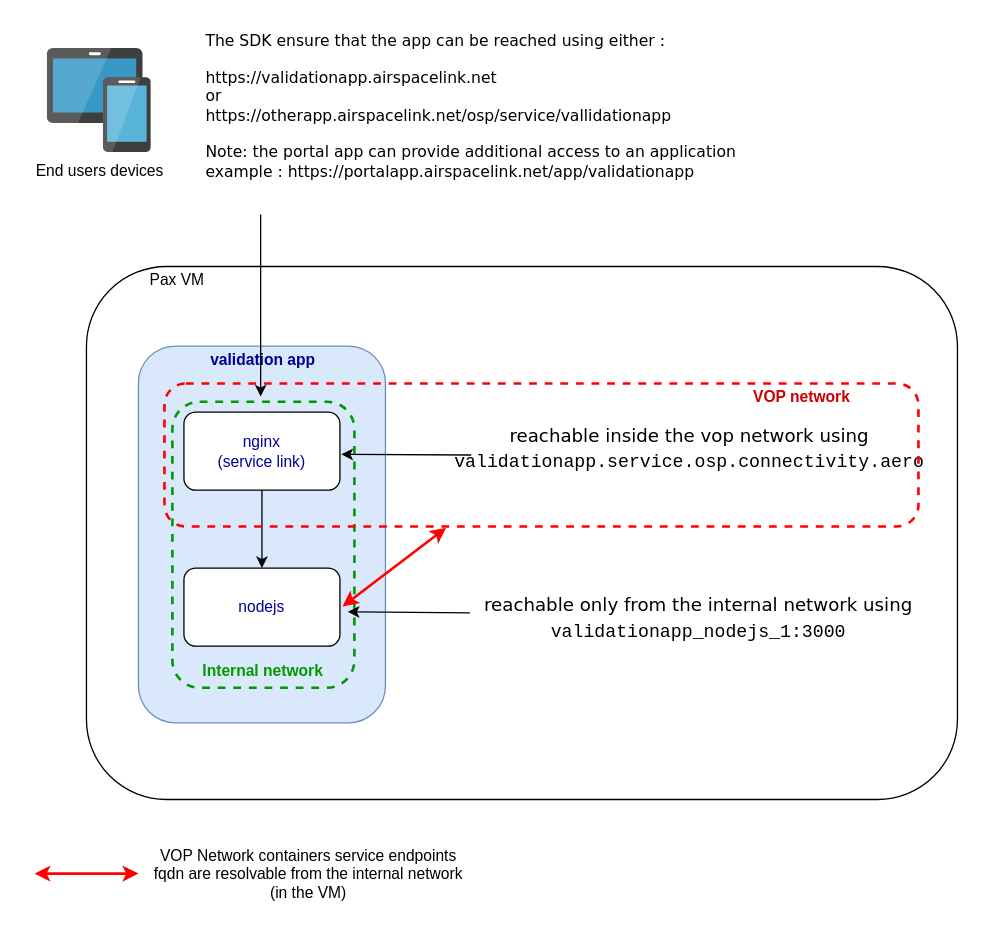
claytonbrown/aws-drawing keeps this draw.io diagram as SDK-Networking.drawio. Above is the earlier version. Source tidied: cells renumbered, new cells numbered last; positions are measured from the earlier drawing's top-left corner, leaving out a move shared by most shapes. Both pictures are drawn from the tidied source at 130%, with x=0, y=0 at pixel (34, 22).
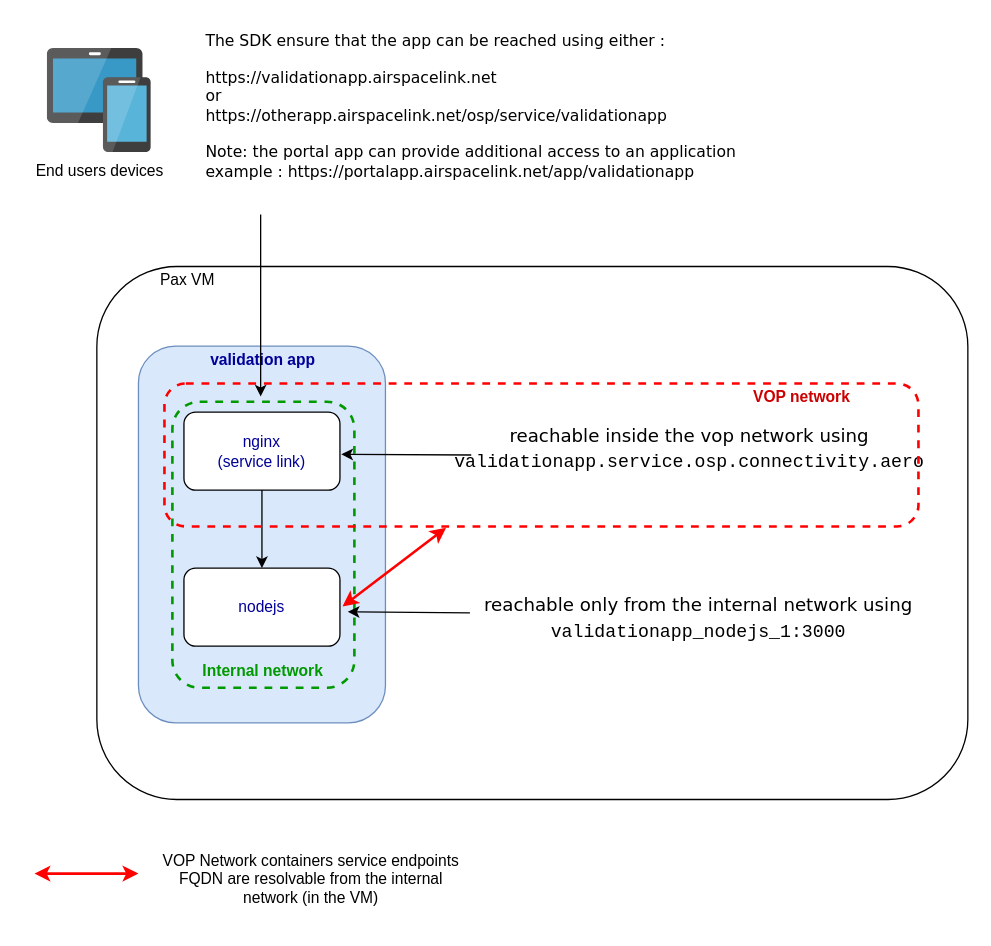
The same diagram, later.

The edit, as a diff of the source:
```diff
@@
     <mxCell id="2" style="group;" parent="1" vertex="1">
-      <mxGeometry x="40" y="187.5" width="670" height="410" as="geometry" />
+      <mxGeometry x="48" y="187.5" width="670" height="410" as="geometry" />
     </mxCell>
@@
-    <mxCell id="23" value="&lt;font face=&quot;Verdana&quot;&gt;&lt;font color=&quot;#000000&quot;&gt;The SDK ensure that the app can be reached using either :&lt;br&gt;&lt;br&gt;https://validationapp.airspacelink.net&lt;br&gt;or&lt;/font&gt;&lt;span style=&quot;color: rgb(0 , 0 , 0)&quot;&gt;&lt;br&gt;https://otherapp.airspacelink.net/osp/service/vallidationapp&lt;br&gt;&lt;/span&gt;&lt;/font&gt;&lt;font color=&quot;#000000&quot;&gt;&lt;font face=&quot;Verdana&quot;&gt;&lt;br&gt;Note: the portal app can provide additional&amp;nbsp;access to an application&lt;br&gt;example : https://portalapp.airspacelink.net/app/validationapp&lt;/font&gt;&lt;br&gt;&lt;/font&gt;" style="text;html=1;strokeColor=none;fillColor=none;align=left;verticalAlign=top;whiteSpace=wrap;rounded=0;dashed=1;fontColor=#009900;" parent="1" vertex="1">
+    <mxCell id="23" value="&lt;font face=&quot;Verdana&quot;&gt;&lt;font color=&quot;#000000&quot;&gt;The SDK ensure that the app can be reached using either :&lt;br&gt;&lt;br&gt;https://validationapp.airspacelink.net&lt;br&gt;or&lt;/font&gt;&lt;span style=&quot;color: rgb(0 , 0 , 0)&quot;&gt;&lt;br&gt;https://otherapp.airspacelink.net/osp/service/validationapp&lt;br&gt;&lt;/span&gt;&lt;/font&gt;&lt;font color=&quot;#000000&quot;&gt;&lt;font face=&quot;Verdana&quot;&gt;&lt;br&gt;Note: the portal app can provide additional&amp;nbsp;access to an application&lt;br&gt;example : https://portalapp.airspacelink.net/app/validationapp&lt;/font&gt;&lt;br&gt;&lt;/font&gt;" style="text;html=1;strokeColor=none;fillColor=none;align=left;verticalAlign=top;whiteSpace=wrap;rounded=0;dashed=1;fontColor=#009900;" parent="1" vertex="1">
       <mxGeometry x="130" width="470" height="85" as="geometry" />
     </mxCell>
@@
-    <mxCell id="26" value="VOP Network containers service endpoints fqdn are resolvable from the internal network (in the VM)" style="text;html=1;strokeColor=none;fillColor=none;align=center;verticalAlign=middle;whiteSpace=wrap;rounded=0;" parent="1" vertex="1">
-      <mxGeometry x="91" y="620" width="240" height="70" as="geometry" />
+    <mxCell id="26" value="VOP Network containers service endpoints FQDN are resolvable from the internal network (in the VM)" style="text;html=1;strokeColor=none;fillColor=none;align=center;verticalAlign=middle;whiteSpace=wrap;rounded=0;" parent="1" vertex="1">
+      <mxGeometry x="93" y="624" width="240" height="70" as="geometry" />
     </mxCell>
```
